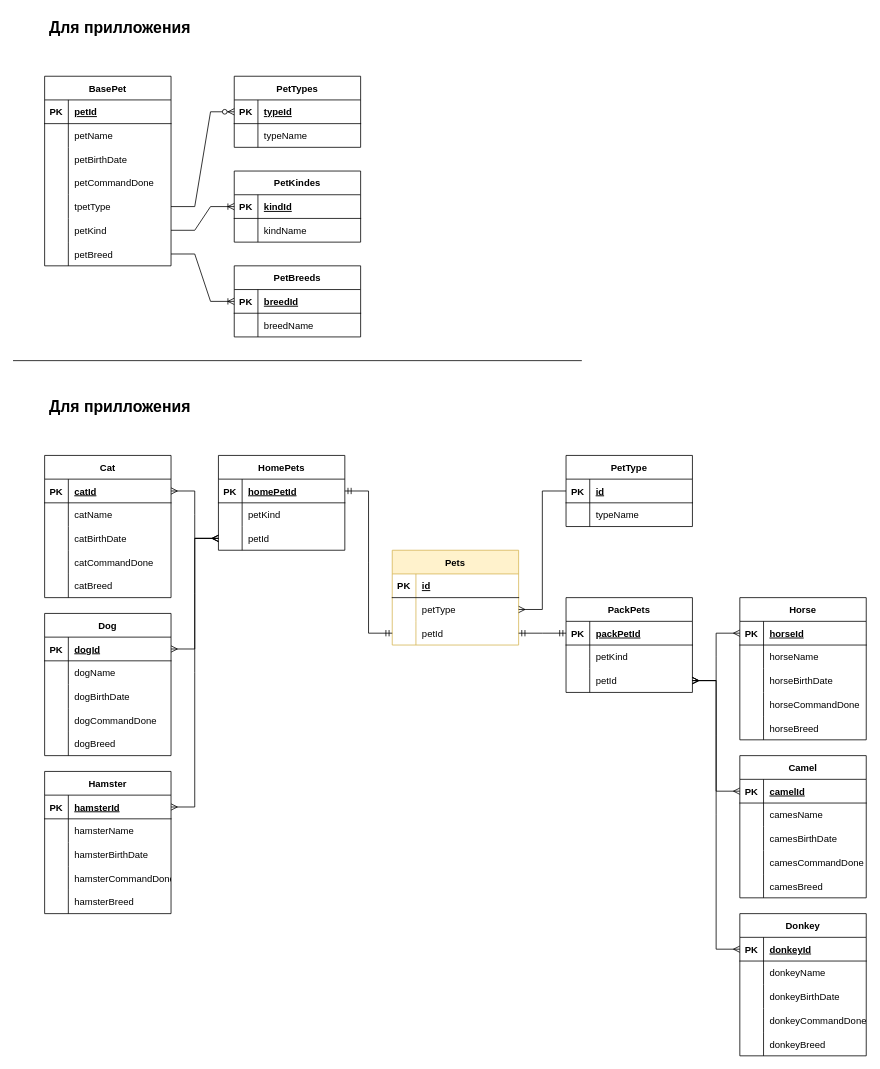
The draw.io diagram Data_base.drawio in AlexLeXX444/Final-work, before the edit. Source tidied: cells renumbered, new cells numbered last; positions are measured from the earlier drawing's top-left corner, leaving out a move shared by most shapes. Both pictures are drawn from the tidied source at 79%, with x=0, y=0 at pixel (13, 13).
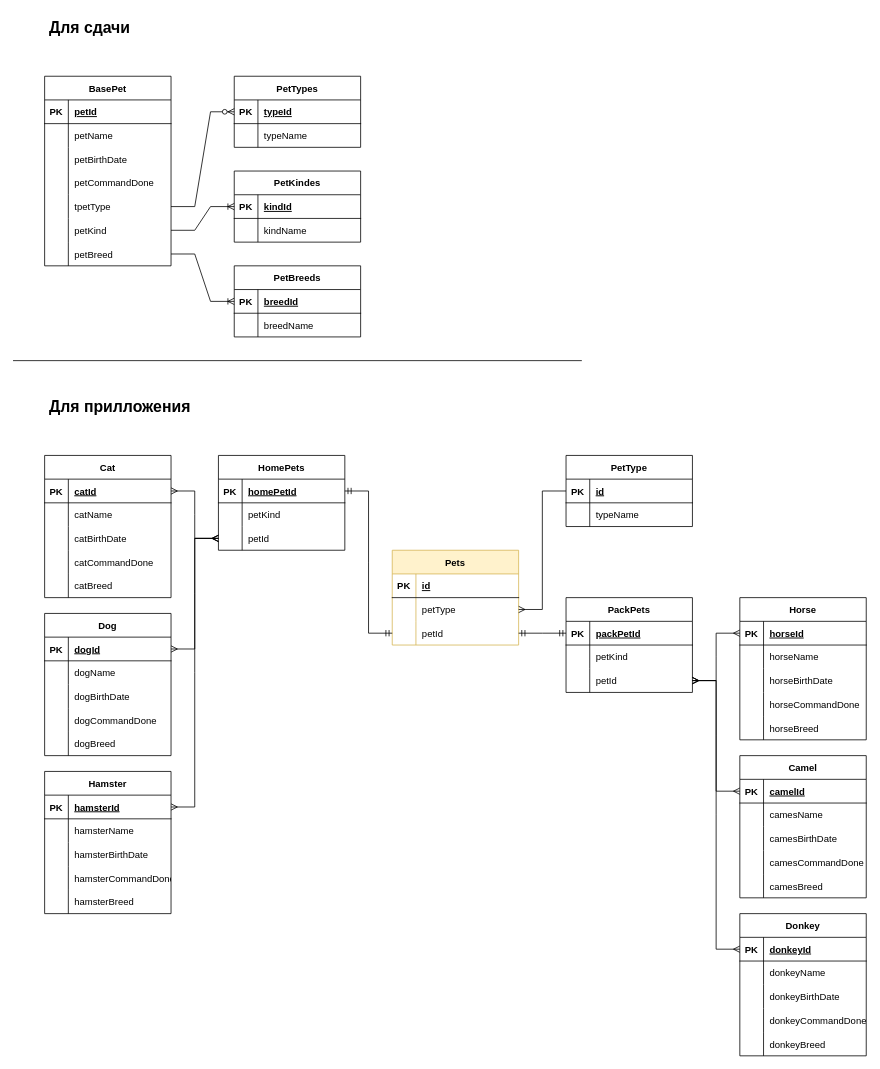
The same diagram, later.

The edit, as a diff of the source:
```diff
@@
-    <mxCell id="48" value="Для прилложения" style="text;strokeColor=none;fillColor=none;spacingLeft=4;spacingRight=4;overflow=hidden;fontSize=20;fontStyle=1;" parent="1" vertex="1">
+    <mxCell id="48" value="Для сдачи" style="text;strokeColor=none;fillColor=none;spacingLeft=4;spacingRight=4;overflow=hidden;fontSize=20;fontStyle=1;" parent="1" vertex="1">
       <mxGeometry x="40" width="200" height="40" as="geometry" />
     </mxCell>
```
